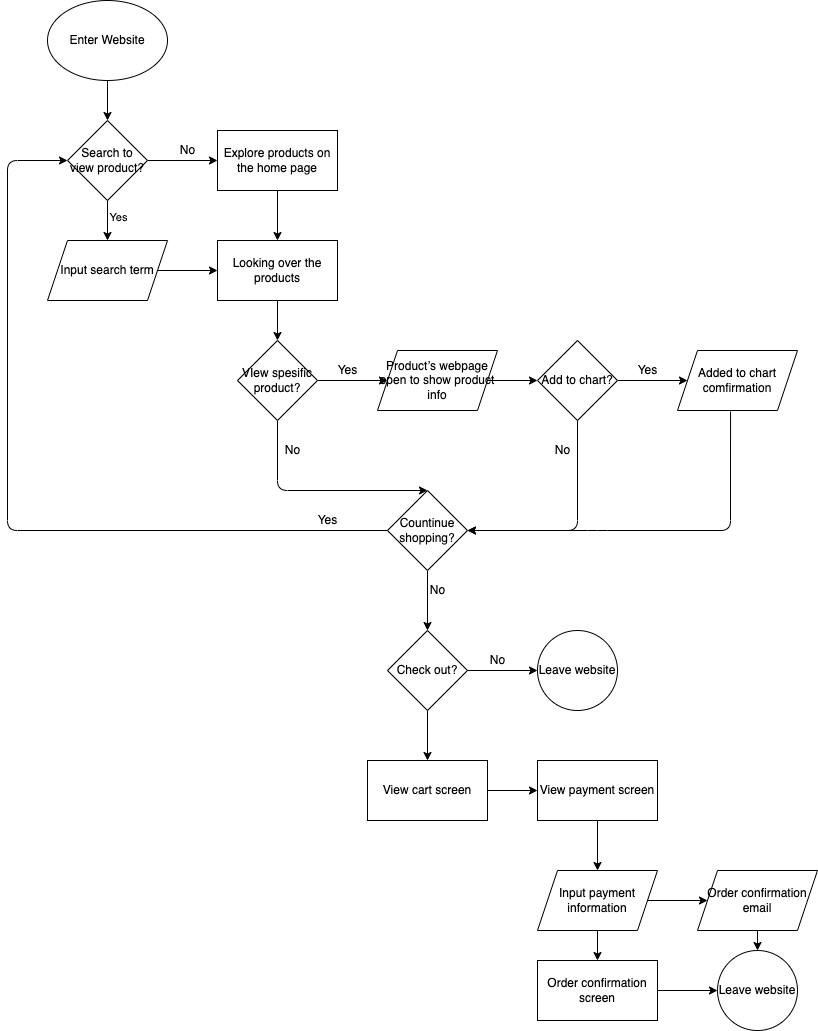
Before: explore/diagramming/diagram.drawio.png, a diagram exported from draw.io (skysky2333/fa22-cse110-lab4). Source tidied: cells renumbered, new cells last; positions are measured from the earlier drawing's top-left corner, leaving out a move shared by most shapes. The source it was exported from:
```xml
<mxGraphModel>
  <root>
    <mxCell id="0" />
    <mxCell id="1" parent="0" />
    <mxCell id="2" style="edgeStyle=none;html=1;" parent="1" edge="1" source="3" target="7">
      <mxGeometry relative="1" as="geometry" />
    </mxCell>
    <mxCell id="3" value="Enter Website" style="ellipse;whiteSpace=wrap;html=1;" parent="1" vertex="1">
      <mxGeometry x="40" width="120" height="80" as="geometry" />
    </mxCell>
    <mxCell id="4" style="edgeStyle=none;html=1;exitX=0.5;exitY=1;exitDx=0;exitDy=0;entryX=0.5;entryY=0;entryDx=0;entryDy=0;" parent="1" edge="1" source="7" target="9">
      <mxGeometry relative="1" as="geometry" />
    </mxCell>
    <mxCell id="5" value="Yes" style="edgeLabel;html=1;align=center;verticalAlign=middle;" parent="4" vertex="1">
      <mxGeometry x="-0.17" y="2" relative="1" as="geometry">
        <mxPoint x="8" as="offset" />
      </mxGeometry>
    </mxCell>
    <mxCell id="6" style="edgeStyle=none;html=1;exitX=1;exitY=0.5;exitDx=0;exitDy=0;entryX=0;entryY=0.5;entryDx=0;entryDy=0;" parent="1" edge="1" source="7" target="11">
      <mxGeometry relative="1" as="geometry" />
    </mxCell>
    <mxCell id="7" value="Search to view product?" style="rhombus;whiteSpace=wrap;html=1;" parent="1" vertex="1">
      <mxGeometry x="60" y="120" width="80" height="80" as="geometry" />
    </mxCell>
    <mxCell id="8" style="edgeStyle=none;html=1;exitX=1;exitY=0.5;exitDx=0;exitDy=0;entryX=0;entryY=0.5;entryDx=0;entryDy=0;" parent="1" edge="1" source="9" target="28">
      <mxGeometry relative="1" as="geometry" />
    </mxCell>
    <mxCell id="9" value="Input search term" style="shape=parallelogram;perimeter=parallelogramPerimeter;whiteSpace=wrap;html=1;fixedSize=1;" parent="1" vertex="1">
      <mxGeometry x="40" y="240" width="120" height="60" as="geometry" />
    </mxCell>
    <mxCell id="10" style="edgeStyle=none;html=1;exitX=0.5;exitY=1;exitDx=0;exitDy=0;entryX=0.5;entryY=0;entryDx=0;entryDy=0;" parent="1" edge="1" source="11" target="28">
      <mxGeometry relative="1" as="geometry" />
    </mxCell>
    <mxCell id="11" value="Explore products on the home page" style="rounded=0;whiteSpace=wrap;html=1;" parent="1" vertex="1">
      <mxGeometry x="210" y="130" width="120" height="60" as="geometry" />
    </mxCell>
    <mxCell id="12" value="No" style="text;html=1;align=center;verticalAlign=middle;strokeColor=none;fillColor=none;" parent="1" vertex="1">
      <mxGeometry x="165" y="140" width="30" height="20" as="geometry" />
    </mxCell>
    <mxCell id="13" style="edgeStyle=none;html=1;exitX=1;exitY=0.5;exitDx=0;exitDy=0;entryX=0;entryY=0.5;entryDx=0;entryDy=0;" parent="1" edge="1" source="15" target="30">
      <mxGeometry relative="1" as="geometry" />
    </mxCell>
    <mxCell id="14" style="edgeStyle=none;html=1;exitX=0.5;exitY=1;exitDx=0;exitDy=0;entryX=0.5;entryY=0;entryDx=0;entryDy=0;" parent="1" edge="1" source="15" target="21">
      <mxGeometry relative="1" as="geometry">
        <Array as="points">
          <mxPoint x="270" y="490" />
        </Array>
      </mxGeometry>
    </mxCell>
    <mxCell id="15" value="VIew spesific product?" style="rhombus;whiteSpace=wrap;html=1;" parent="1" vertex="1">
      <mxGeometry x="230" y="340" width="80" height="80" as="geometry" />
    </mxCell>
    <mxCell id="16" style="edgeStyle=none;html=1;exitX=1;exitY=0.5;exitDx=0;exitDy=0;entryX=0;entryY=0.5;entryDx=0;entryDy=0;" parent="1" edge="1" source="18" target="31">
      <mxGeometry relative="1" as="geometry" />
    </mxCell>
    <mxCell id="17" style="edgeStyle=none;html=1;exitX=0.5;exitY=1;exitDx=0;exitDy=0;" parent="1" edge="1" source="18">
      <mxGeometry relative="1" as="geometry">
        <mxPoint x="460" y="530" as="targetPoint" />
        <Array as="points">
          <mxPoint x="570" y="530" />
        </Array>
      </mxGeometry>
    </mxCell>
    <mxCell id="18" value="Add to chart?" style="rhombus;whiteSpace=wrap;html=1;" parent="1" vertex="1">
      <mxGeometry x="530" y="340" width="80" height="80" as="geometry" />
    </mxCell>
    <mxCell id="19" style="edgeStyle=none;html=1;exitX=0;exitY=0.5;exitDx=0;exitDy=0;entryX=0;entryY=0.5;entryDx=0;entryDy=0;" parent="1" edge="1" source="21" target="7">
      <mxGeometry relative="1" as="geometry">
        <Array as="points">
          <mxPoint y="530" />
          <mxPoint y="160" />
        </Array>
      </mxGeometry>
    </mxCell>
    <mxCell id="20" style="edgeStyle=none;html=1;exitX=0.5;exitY=1;exitDx=0;exitDy=0;entryX=0.5;entryY=0;entryDx=0;entryDy=0;" parent="1" edge="1" source="21" target="35">
      <mxGeometry relative="1" as="geometry" />
    </mxCell>
    <mxCell id="21" value="Countinue shopping?" style="rhombus;whiteSpace=wrap;html=1;" parent="1" vertex="1">
      <mxGeometry x="380" y="490" width="80" height="80" as="geometry" />
    </mxCell>
    <mxCell id="22" style="edgeStyle=none;html=1;exitX=0.442;exitY=1.017;exitDx=0;exitDy=0;entryX=1;entryY=0.5;entryDx=0;entryDy=0;exitPerimeter=0;" parent="1" edge="1" source="31" target="21">
      <mxGeometry relative="1" as="geometry">
        <Array as="points">
          <mxPoint x="723" y="530" />
          <mxPoint x="590" y="530" />
        </Array>
      </mxGeometry>
    </mxCell>
    <mxCell id="23" value="Yes" style="text;html=1;align=center;verticalAlign=middle;strokeColor=none;fillColor=none;" parent="1" vertex="1">
      <mxGeometry x="320" y="360" width="40" height="20" as="geometry" />
    </mxCell>
    <mxCell id="24" value="Yes" style="text;html=1;align=center;verticalAlign=middle;strokeColor=none;fillColor=none;" parent="1" vertex="1">
      <mxGeometry x="620" y="360" width="40" height="20" as="geometry" />
    </mxCell>
    <mxCell id="25" value="No" style="text;html=1;align=center;verticalAlign=middle;strokeColor=none;fillColor=none;" parent="1" vertex="1">
      <mxGeometry x="270" y="440" width="30" height="20" as="geometry" />
    </mxCell>
    <mxCell id="26" value="No" style="text;html=1;align=center;verticalAlign=middle;strokeColor=none;fillColor=none;" parent="1" vertex="1">
      <mxGeometry x="540" y="440" width="30" height="20" as="geometry" />
    </mxCell>
    <mxCell id="27" style="edgeStyle=none;html=1;exitX=0.5;exitY=1;exitDx=0;exitDy=0;entryX=0.5;entryY=0;entryDx=0;entryDy=0;" parent="1" edge="1" source="28" target="15">
      <mxGeometry relative="1" as="geometry" />
    </mxCell>
    <mxCell id="28" value="Looking over the products" style="rounded=0;whiteSpace=wrap;html=1;" parent="1" vertex="1">
      <mxGeometry x="210" y="240" width="120" height="60" as="geometry" />
    </mxCell>
    <mxCell id="29" style="edgeStyle=none;html=1;exitX=1;exitY=0.5;exitDx=0;exitDy=0;entryX=0;entryY=0.5;entryDx=0;entryDy=0;" parent="1" edge="1" source="30" target="18">
      <mxGeometry relative="1" as="geometry" />
    </mxCell>
    <mxCell id="30" value="Product’s webpage open to show product info" style="shape=parallelogram;perimeter=parallelogramPerimeter;whiteSpace=wrap;html=1;fixedSize=1;" parent="1" vertex="1">
      <mxGeometry x="370" y="350" width="120" height="60" as="geometry" />
    </mxCell>
    <mxCell id="31" value="&lt;span&gt;Added to chart comfirmation&lt;/span&gt;" style="shape=parallelogram;perimeter=parallelogramPerimeter;whiteSpace=wrap;html=1;fixedSize=1;" parent="1" vertex="1">
      <mxGeometry x="670" y="350" width="120" height="60" as="geometry" />
    </mxCell>
    <mxCell id="32" value="No" style="text;html=1;align=center;verticalAlign=middle;strokeColor=none;fillColor=none;" parent="1" vertex="1">
      <mxGeometry x="415" y="580" width="30" height="20" as="geometry" />
    </mxCell>
    <mxCell id="33" style="edgeStyle=none;html=1;exitX=1;exitY=0.5;exitDx=0;exitDy=0;entryX=0;entryY=0.5;entryDx=0;entryDy=0;" parent="1" edge="1" source="35" target="36">
      <mxGeometry relative="1" as="geometry" />
    </mxCell>
    <mxCell id="34" style="edgeStyle=none;html=1;exitX=0.5;exitY=1;exitDx=0;exitDy=0;entryX=0.5;entryY=0;entryDx=0;entryDy=0;" parent="1" edge="1" source="35" target="39">
      <mxGeometry relative="1" as="geometry" />
    </mxCell>
    <mxCell id="35" value="Check out?" style="rhombus;whiteSpace=wrap;html=1;" parent="1" vertex="1">
      <mxGeometry x="380" y="630" width="80" height="80" as="geometry" />
    </mxCell>
    <mxCell id="36" value="Leave website" style="ellipse;whiteSpace=wrap;html=1;" parent="1" vertex="1">
      <mxGeometry x="530" y="630" width="80" height="80" as="geometry" />
    </mxCell>
    <mxCell id="37" value="No" style="text;html=1;align=center;verticalAlign=middle;strokeColor=none;fillColor=none;" parent="1" vertex="1">
      <mxGeometry x="475" y="650" width="30" height="20" as="geometry" />
    </mxCell>
    <mxCell id="38" style="edgeStyle=none;html=1;exitX=1;exitY=0.5;exitDx=0;exitDy=0;entryX=0;entryY=0.5;entryDx=0;entryDy=0;" parent="1" edge="1" source="39" target="41">
      <mxGeometry relative="1" as="geometry" />
    </mxCell>
    <mxCell id="39" value="View cart screen" style="rounded=0;whiteSpace=wrap;html=1;" parent="1" vertex="1">
      <mxGeometry x="360" y="760" width="120" height="60" as="geometry" />
    </mxCell>
    <mxCell id="40" style="edgeStyle=none;html=1;exitX=0.5;exitY=1;exitDx=0;exitDy=0;entryX=0.5;entryY=0;entryDx=0;entryDy=0;" parent="1" edge="1" source="41" target="44">
      <mxGeometry relative="1" as="geometry" />
    </mxCell>
    <mxCell id="41" value="View payment screen" style="rounded=0;whiteSpace=wrap;html=1;" parent="1" vertex="1">
      <mxGeometry x="530" y="760" width="120" height="60" as="geometry" />
    </mxCell>
    <mxCell id="42" style="edgeStyle=none;html=1;exitX=0.5;exitY=1;exitDx=0;exitDy=0;entryX=0.5;entryY=0;entryDx=0;entryDy=0;" parent="1" edge="1" source="44" target="46">
      <mxGeometry relative="1" as="geometry" />
    </mxCell>
    <mxCell id="43" style="edgeStyle=none;html=1;exitX=1;exitY=0.5;exitDx=0;exitDy=0;entryX=0;entryY=0.5;entryDx=0;entryDy=0;" parent="1" edge="1" source="44" target="48">
      <mxGeometry relative="1" as="geometry" />
    </mxCell>
    <mxCell id="44" value="Input payment information" style="shape=parallelogram;perimeter=parallelogramPerimeter;whiteSpace=wrap;html=1;fixedSize=1;" parent="1" vertex="1">
      <mxGeometry x="530" y="870" width="120" height="60" as="geometry" />
    </mxCell>
    <mxCell id="45" style="edgeStyle=none;html=1;exitX=1;exitY=0.5;exitDx=0;exitDy=0;" parent="1" edge="1" source="46" target="49">
      <mxGeometry relative="1" as="geometry" />
    </mxCell>
    <mxCell id="46" value="Order confirmation screen" style="rounded=0;whiteSpace=wrap;html=1;" parent="1" vertex="1">
      <mxGeometry x="530" y="960" width="120" height="60" as="geometry" />
    </mxCell>
    <mxCell id="47" style="edgeStyle=none;html=1;exitX=0.5;exitY=1;exitDx=0;exitDy=0;entryX=0.5;entryY=0;entryDx=0;entryDy=0;" parent="1" edge="1" source="48" target="49">
      <mxGeometry relative="1" as="geometry" />
    </mxCell>
    <mxCell id="48" value="Order confirmation email" style="shape=parallelogram;perimeter=parallelogramPerimeter;whiteSpace=wrap;html=1;fixedSize=1;" parent="1" vertex="1">
      <mxGeometry x="690" y="870" width="120" height="60" as="geometry" />
    </mxCell>
    <mxCell id="49" value="Leave website" style="ellipse;whiteSpace=wrap;html=1;" parent="1" vertex="1">
      <mxGeometry x="710" y="950" width="80" height="80" as="geometry" />
    </mxCell>
    <mxCell id="50" value="Yes" style="text;html=1;align=center;verticalAlign=middle;strokeColor=none;fillColor=none;" parent="1" vertex="1">
      <mxGeometry x="300" y="510" width="40" height="20" as="geometry" />
    </mxCell>
  </root>
</mxGraphModel>
```
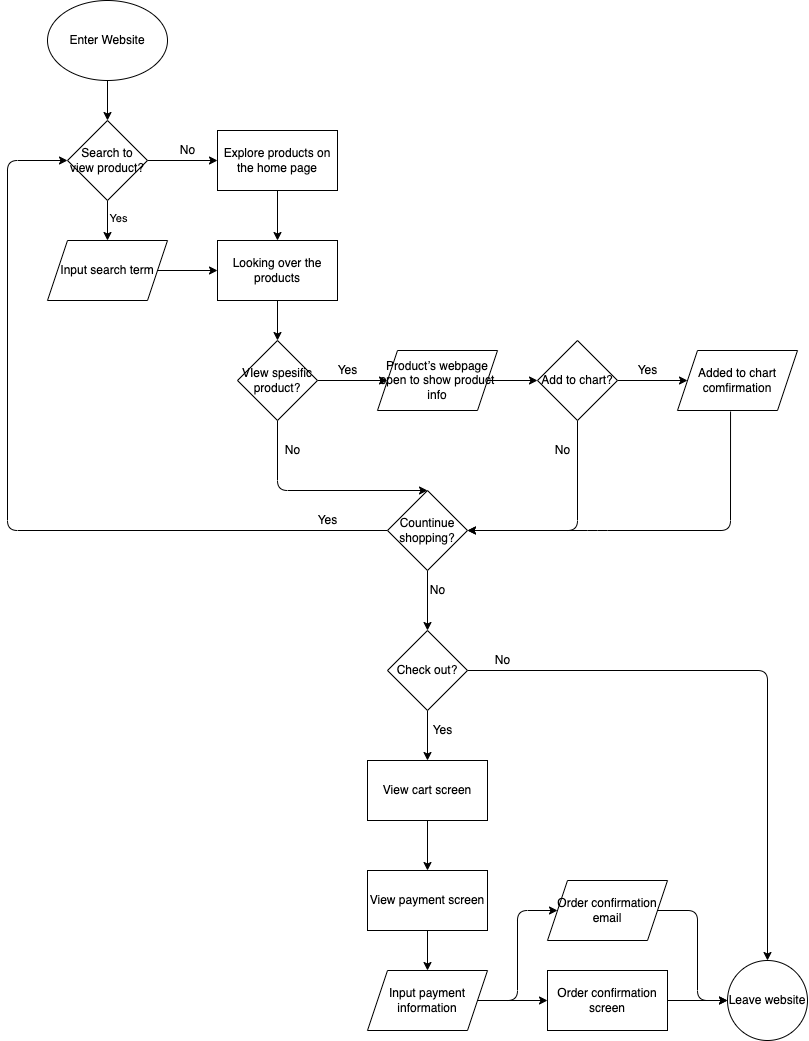
The same file after the commit.

Commit message:
update diagram figure

Change to the diagram source:
```diff
@@ -116,59 +116,73 @@
     <mxCell id="32" value="No" style="text;html=1;align=center;verticalAlign=middle;strokeColor=none;fillColor=none;" parent="1" vertex="1">
       <mxGeometry x="415" y="580" width="30" height="20" as="geometry" />
     </mxCell>
+    <mxCell id="34" style="edgeStyle=none;html=1;exitX=0.5;exitY=1;exitDx=0;exitDy=0;entryX=0.5;entryY=0;entryDx=0;entryDy=0;" parent="1" edge="1" source="35" target="39">
+      <mxGeometry relative="1" as="geometry" />
+    </mxCell>
-    <mxCell id="33" style="edgeStyle=none;html=1;exitX=1;exitY=0.5;exitDx=0;exitDy=0;entryX=0;entryY=0.5;entryDx=0;entryDy=0;" parent="1" edge="1" source="35" target="36">
-      <mxGeometry relative="1" as="geometry" />
+    <mxCell id="33" style="edgeStyle=none;html=1;exitX=1;exitY=0.5;exitDx=0;exitDy=0;entryX=0.5;entryY=0;entryDx=0;entryDy=0;" parent="1" edge="1" source="35" target="36">
+      <mxGeometry relative="1" as="geometry">
+        <Array as="points">
+          <mxPoint x="760" y="670" />
+        </Array>
+      </mxGeometry>
     </mxCell>
-    <mxCell id="34" style="edgeStyle=none;html=1;exitX=0.5;exitY=1;exitDx=0;exitDy=0;entryX=0.5;entryY=0;entryDx=0;entryDy=0;" parent="1" edge="1" source="35" target="39">
-      <mxGeometry relative="1" as="geometry" />
-    </mxCell>
     <mxCell id="35" value="Check out?" style="rhombus;whiteSpace=wrap;html=1;" parent="1" vertex="1">
       <mxGeometry x="380" y="630" width="80" height="80" as="geometry" />
     </mxCell>
     <mxCell id="36" value="Leave website" style="ellipse;whiteSpace=wrap;html=1;" parent="1" vertex="1">
-      <mxGeometry x="530" y="630" width="80" height="80" as="geometry" />
+      <mxGeometry x="720" y="960" width="80" height="80" as="geometry" />
     </mxCell>
     <mxCell id="37" value="No" style="text;html=1;align=center;verticalAlign=middle;strokeColor=none;fillColor=none;" parent="1" vertex="1">
-      <mxGeometry x="475" y="650" width="30" height="20" as="geometry" />
+      <mxGeometry x="480" y="650" width="30" height="20" as="geometry" />
     </mxCell>
-    <mxCell id="38" style="edgeStyle=none;html=1;exitX=1;exitY=0.5;exitDx=0;exitDy=0;entryX=0;entryY=0.5;entryDx=0;entryDy=0;" parent="1" edge="1" source="39" target="41">
+    <mxCell id="38" style="edgeStyle=none;html=1;exitX=0.5;exitY=1;exitDx=0;exitDy=0;entryX=0.5;entryY=0;entryDx=0;entryDy=0;" parent="1" edge="1" source="39" target="41">
       <mxGeometry relative="1" as="geometry" />
     </mxCell>
     <mxCell id="39" value="View cart screen" style="rounded=0;whiteSpace=wrap;html=1;" parent="1" vertex="1">
       <mxGeometry x="360" y="760" width="120" height="60" as="geometry" />
     </mxCell>
-    <mxCell id="40" style="edgeStyle=none;html=1;exitX=0.5;exitY=1;exitDx=0;exitDy=0;entryX=0.5;entryY=0;entryDx=0;entryDy=0;" parent="1" edge="1" source="41" target="44">
+    <mxCell id="40" style="edgeStyle=none;html=1;exitX=0.5;exitY=1;exitDx=0;exitDy=0;" parent="1" edge="1" source="41" target="44">
       <mxGeometry relative="1" as="geometry" />
     </mxCell>
     <mxCell id="41" value="View payment screen" style="rounded=0;whiteSpace=wrap;html=1;" parent="1" vertex="1">
-      <mxGeometry x="530" y="760" width="120" height="60" as="geometry" />
+      <mxGeometry x="360" y="870" width="120" height="60" as="geometry" />
     </mxCell>
+    <mxCell id="43" style="edgeStyle=none;html=1;exitX=1;exitY=0.5;exitDx=0;exitDy=0;entryX=0;entryY=0.5;entryDx=0;entryDy=0;" parent="1" edge="1" source="44" target="48">
+      <mxGeometry relative="1" as="geometry">
+        <Array as="points">
+          <mxPoint x="510" y="1000" />
+          <mxPoint x="510" y="910" />
+        </Array>
+      </mxGeometry>
+    </mxCell>
-    <mxCell id="42" style="edgeStyle=none;html=1;exitX=0.5;exitY=1;exitDx=0;exitDy=0;entryX=0.5;entryY=0;entryDx=0;entryDy=0;" parent="1" edge="1" source="44" target="46">
+    <mxCell id="42" style="edgeStyle=none;html=1;exitX=1;exitY=0.5;exitDx=0;exitDy=0;entryX=0;entryY=0.5;entryDx=0;entryDy=0;" parent="1" edge="1" source="44" target="46">
       <mxGeometry relative="1" as="geometry" />
     </mxCell>
-    <mxCell id="43" style="edgeStyle=none;html=1;exitX=1;exitY=0.5;exitDx=0;exitDy=0;entryX=0;entryY=0.5;entryDx=0;entryDy=0;" parent="1" edge="1" source="44" target="48">
-      <mxGeometry relative="1" as="geometry" />
-    </mxCell>
     <mxCell id="44" value="Input payment information" style="shape=parallelogram;perimeter=parallelogramPerimeter;whiteSpace=wrap;html=1;fixedSize=1;" parent="1" vertex="1">
-      <mxGeometry x="530" y="870" width="120" height="60" as="geometry" />
+      <mxGeometry x="360" y="970" width="120" height="60" as="geometry" />
     </mxCell>
-    <mxCell id="45" style="edgeStyle=none;html=1;exitX=1;exitY=0.5;exitDx=0;exitDy=0;" parent="1" edge="1" source="46" target="49">
-      <mxGeometry relative="1" as="geometry" />
-    </mxCell>
+    <mxCell id="51" style="edgeStyle=none;html=1;exitX=1;exitY=0.5;exitDx=0;exitDy=0;entryX=0;entryY=0.5;entryDx=0;entryDy=0;" parent="1" edge="1" source="46" target="36">
+      <mxGeometry relative="1" as="geometry" />
+    </mxCell>
     <mxCell id="46" value="Order confirmation screen" style="rounded=0;whiteSpace=wrap;html=1;" parent="1" vertex="1">
-      <mxGeometry x="530" y="960" width="120" height="60" as="geometry" />
+      <mxGeometry x="540" y="970" width="120" height="60" as="geometry" />
     </mxCell>
-    <mxCell id="47" style="edgeStyle=none;html=1;exitX=0.5;exitY=1;exitDx=0;exitDy=0;entryX=0.5;entryY=0;entryDx=0;entryDy=0;" parent="1" edge="1" source="48" target="49">
-      <mxGeometry relative="1" as="geometry" />
-    </mxCell>
+    <mxCell id="52" style="edgeStyle=none;html=1;exitX=1;exitY=0.5;exitDx=0;exitDy=0;entryX=0;entryY=0.5;entryDx=0;entryDy=0;" parent="1" edge="1" source="48" target="36">
+      <mxGeometry relative="1" as="geometry">
+        <Array as="points">
+          <mxPoint x="690" y="910" />
+          <mxPoint x="690" y="1000" />
+        </Array>
+      </mxGeometry>
+    </mxCell>
     <mxCell id="48" value="Order confirmation email" style="shape=parallelogram;perimeter=parallelogramPerimeter;whiteSpace=wrap;html=1;fixedSize=1;" parent="1" vertex="1">
-      <mxGeometry x="690" y="870" width="120" height="60" as="geometry" />
+      <mxGeometry x="540" y="880" width="120" height="60" as="geometry" />
     </mxCell>
-    <mxCell id="49" value="Leave website" style="ellipse;whiteSpace=wrap;html=1;" parent="1" vertex="1">
-      <mxGeometry x="710" y="950" width="80" height="80" as="geometry" />
-    </mxCell>
     <mxCell id="50" value="Yes" style="text;html=1;align=center;verticalAlign=middle;strokeColor=none;fillColor=none;" parent="1" vertex="1">
       <mxGeometry x="300" y="510" width="40" height="20" as="geometry" />
     </mxCell>
+    <mxCell id="53" value="Yes" style="text;html=1;align=center;verticalAlign=middle;strokeColor=none;fillColor=none;" parent="1" vertex="1">
+      <mxGeometry x="415" y="720" width="40" height="20" as="geometry" />
+    </mxCell>
   </root>
 </mxGraphModel>
```
